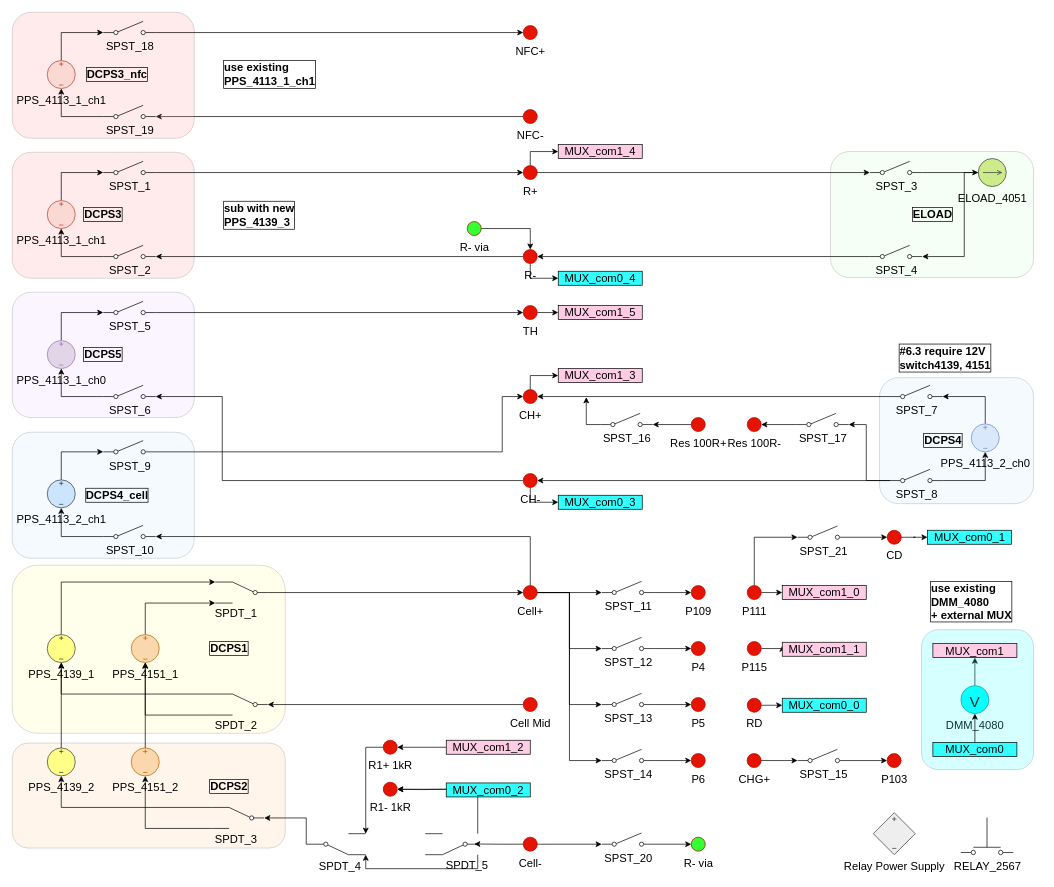
Before: BMS_device_B.drawio in ktlim-xy/draw-io, a draw.io diagram. Source tidied: cells renumbered, new cells numbered last; positions are measured from the earlier drawing's top-left corner, leaving out a move shared by most shapes. Both pictures are drawn from the tidied source at 70%, with x=0, y=0 at pixel (12, 12).
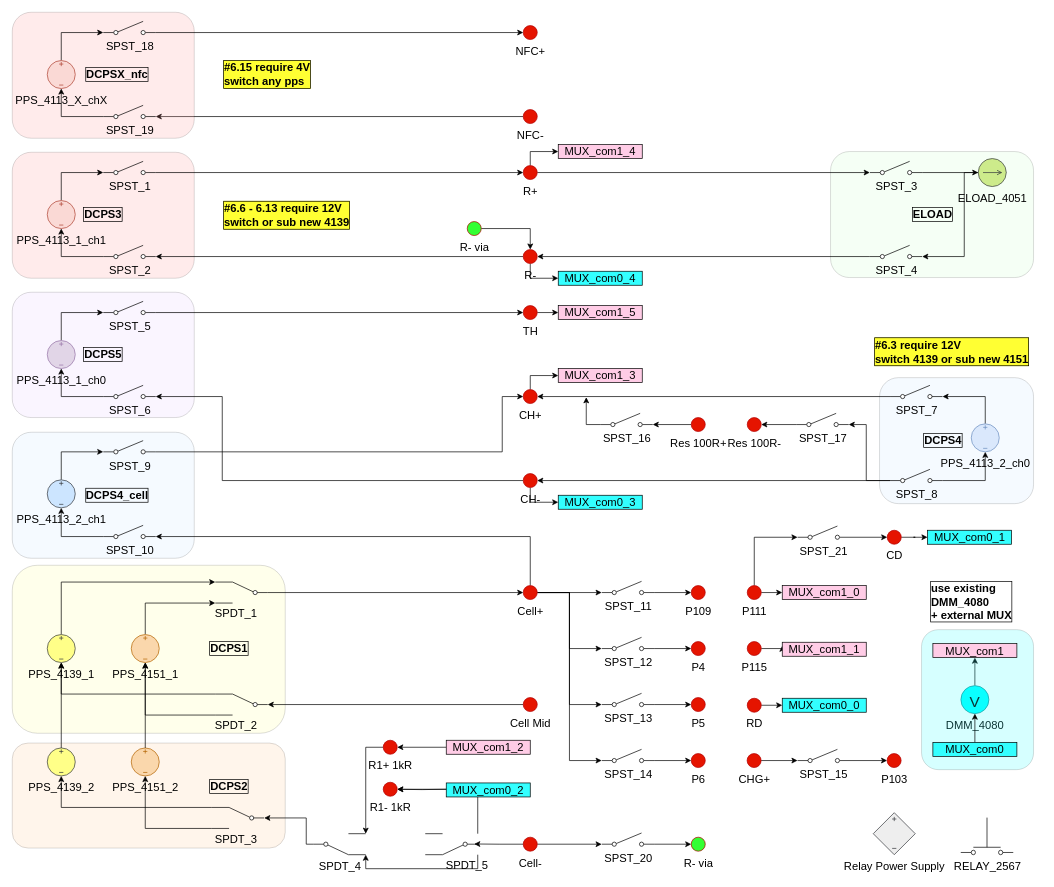
After the change.

The edit, as a diff of the source:
```diff
@@
-    <mxCell id="156" value="sub with new&lt;br&gt;PPS_4139_3" style="text;html=1;whiteSpace=wrap;strokeColor=none;fillColor=none;align=left;verticalAlign=middle;rounded=0;fontStyle=1;fontColor=#000000;fontSize=16;labelBorderColor=default;" parent="1" vertex="1">
-      <mxGeometry x="300" y="275" width="140" height="30" as="geometry" />
+    <mxCell id="156" value="#6.6 - 6.13 require 12V&lt;br&gt;switch or sub new 4139" style="text;html=1;whiteSpace=wrap;strokeColor=none;fillColor=none;align=left;verticalAlign=middle;rounded=0;fontStyle=1;fontColor=#000000;fontSize=16;labelBorderColor=default;labelBackgroundColor=#FFFF33;" parent="1" vertex="1">
+      <mxGeometry x="300" y="275" width="230" height="30" as="geometry" />
     </mxCell>
-    <mxCell id="157" value="use existing&lt;br&gt;PPS_4113_1_ch1" style="text;html=1;whiteSpace=wrap;strokeColor=none;fillColor=none;align=left;verticalAlign=middle;rounded=0;fontStyle=1;fontColor=#000000;fontSize=16;labelBorderColor=default;" parent="1" vertex="1">
-      <mxGeometry x="300" y="74" width="120" height="30" as="geometry" />
+    <mxCell id="157" value="#6.15 require 4V&lt;div&gt;switch any pps&lt;/div&gt;" style="text;html=1;whiteSpace=wrap;strokeColor=none;fillColor=none;align=left;verticalAlign=middle;rounded=0;fontStyle=1;fontColor=#000000;fontSize=16;labelBorderColor=default;labelBackgroundColor=#FFFF33;" parent="1" vertex="1">
+      <mxGeometry x="300" y="74" width="180" height="30" as="geometry" />
     </mxCell>
-    <mxCell id="158" value="#6.3 require 12V&lt;br&gt;switch4139, 4151" style="text;html=1;whiteSpace=wrap;strokeColor=none;fillColor=none;align=left;verticalAlign=middle;rounded=0;fontStyle=1;fontColor=#000000;fontSize=16;labelBorderColor=default;" parent="1" vertex="1">
-      <mxGeometry x="1265" y="479" width="140" height="30" as="geometry" />
+    <mxCell id="158" value="#6.3 require 12V&lt;br&gt;switch 4139 or sub new 4151" style="text;html=1;whiteSpace=wrap;strokeColor=none;fillColor=none;align=left;verticalAlign=middle;rounded=0;fontStyle=1;fontColor=#000000;fontSize=16;labelBorderColor=default;labelBackgroundColor=#FFFF33;" parent="1" vertex="1">
+      <mxGeometry x="1230" y="460" width="235" height="49" as="geometry" />
     </mxCell>
@@
-    <mxCell id="165" value="PPS_4113_1_ch1" style="verticalLabelPosition=bottom;shadow=0;dashed=0;align=center;html=1;verticalAlign=top;shape=mxgraph.electrical.signal_sources.source;points=[[0.5,0,0],[1,0.5,0],[0.5,1,0],[0,0.5,0]];elSignalType=dc3;rotation=0;fillColor=#fad9d5;strokeColor=#ae4132;fontSize=16;" parent="1" vertex="1">
+    <mxCell id="165" value="PPS_4113_X_chX" style="verticalLabelPosition=bottom;shadow=0;dashed=0;align=center;html=1;verticalAlign=top;shape=mxgraph.electrical.signal_sources.source;points=[[0.5,0,0],[1,0.5,0],[0.5,1,0],[0,0.5,0]];elSignalType=dc3;rotation=0;fillColor=#fad9d5;strokeColor=#ae4132;fontSize=16;" parent="1" vertex="1">
       <mxGeometry x="50" y="69" width="40" height="40" as="geometry" />
     </mxCell>
@@
-    <mxCell id="170" value="&lt;span&gt;&lt;font&gt;DCPS3_nfc&lt;/font&gt;&lt;/span&gt;" style="text;html=1;whiteSpace=wrap;strokeColor=none;fillColor=none;align=center;verticalAlign=middle;rounded=0;fontSize=16;fontColor=#000000;fontStyle=1;labelBorderColor=default;" parent="1" vertex="1">
+    <mxCell id="170" value="&lt;span&gt;&lt;font&gt;DCPSX_nfc&lt;/font&gt;&lt;/span&gt;" style="text;html=1;whiteSpace=wrap;strokeColor=none;fillColor=none;align=center;verticalAlign=middle;rounded=0;fontSize=16;fontColor=#000000;fontStyle=1;labelBorderColor=default;" parent="1" vertex="1">
       <mxGeometry x="120" y="74" width="60" height="30" as="geometry" />
     </mxCell>
```
